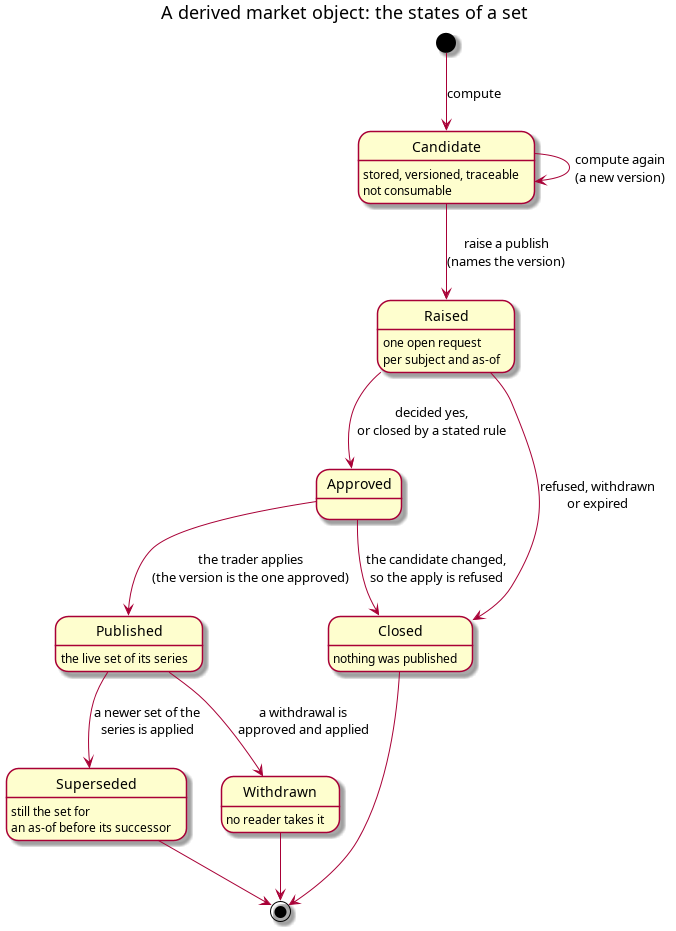
This is doc/knowledge/architecture/publish_lifecycle_states.png from OreStudio/OreStudio, a PlantUML export, as it was before one commit. Its source is kept beside it as doc/knowledge/architecture/publish_lifecycle_states.puml. The source it was exported from:
```plantuml
@startuml

title A derived market object: the states of a set

[*] --> Candidate : compute
Candidate --> Candidate : compute again\n(a new version)
Candidate --> Raised : raise a publish\n(names the version)
Raised --> Approved : decided yes,\nor closed by a stated rule
Raised --> Closed : refused, withdrawn\nor expired
Approved --> Published : the trader applies\n(the version is the one approved)
Approved --> Closed : the candidate changed,\nso the apply is refused
Published --> Superseded : a newer set of the\nseries is applied
Published --> Withdrawn : a withdrawal is\napproved and applied
Superseded --> [*]
Withdrawn --> [*]
Closed --> [*]

Candidate : stored, versioned, traceable
Candidate : not consumable
Raised : one open request\nper subject and as-of
Published : the live set of its series
Superseded : still the set for\nan as-of before its successor
Withdrawn : no reader takes it
Closed : nothing was published

@enduml
```
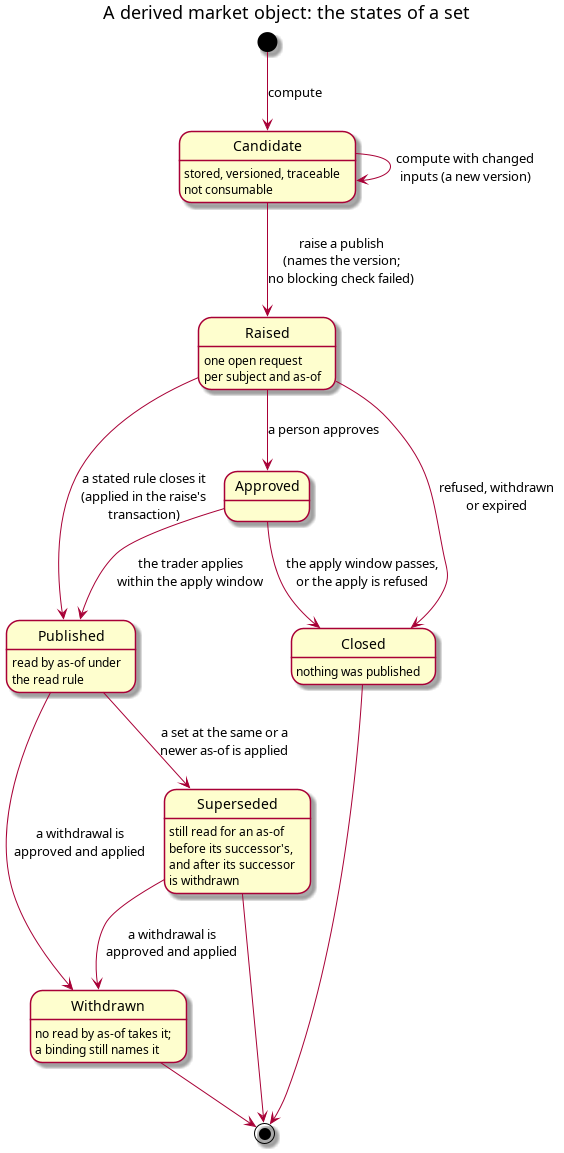
After the change.

Diff of the diagram source:
```diff
@@ -3,14 +3,16 @@
 title A derived market object: the states of a set
 
 [*] --> Candidate : compute
-Candidate --> Candidate : compute again\n(a new version)
-Candidate --> Raised : raise a publish\n(names the version)
-Raised --> Approved : decided yes,\nor closed by a stated rule
+Candidate --> Candidate : compute with changed\ninputs (a new version)
+Candidate --> Raised : raise a publish\n(names the version;\nno blocking check failed)
+Raised --> Published : a stated rule closes it\n(applied in the raise's\ntransaction)
+Raised --> Approved : a person approves
 Raised --> Closed : refused, withdrawn\nor expired
-Approved --> Published : the trader applies\n(the version is the one approved)
-Approved --> Closed : the candidate changed,\nso the apply is refused
-Published --> Superseded : a newer set of the\nseries is applied
+Approved --> Published : the trader applies\nwithin the apply window
+Approved --> Closed : the apply window passes,\nor the apply is refused
+Published --> Superseded : a set at the same or a\nnewer as-of is applied
 Published --> Withdrawn : a withdrawal is\napproved and applied
+Superseded --> Withdrawn : a withdrawal is\napproved and applied
 Superseded --> [*]
 Withdrawn --> [*]
 Closed --> [*]
@@ -18,9 +20,9 @@
 Candidate : stored, versioned, traceable
 Candidate : not consumable
 Raised : one open request\nper subject and as-of
-Published : the live set of its series
-Superseded : still the set for\nan as-of before its successor
-Withdrawn : no reader takes it
+Published : read by as-of under\nthe read rule
+Superseded : still read for an as-of\nbefore its successor's,\nand after its successor\nis withdrawn
+Withdrawn : no read by as-of takes it;\na binding still names it
 Closed : nothing was published
 
 @enduml
```
